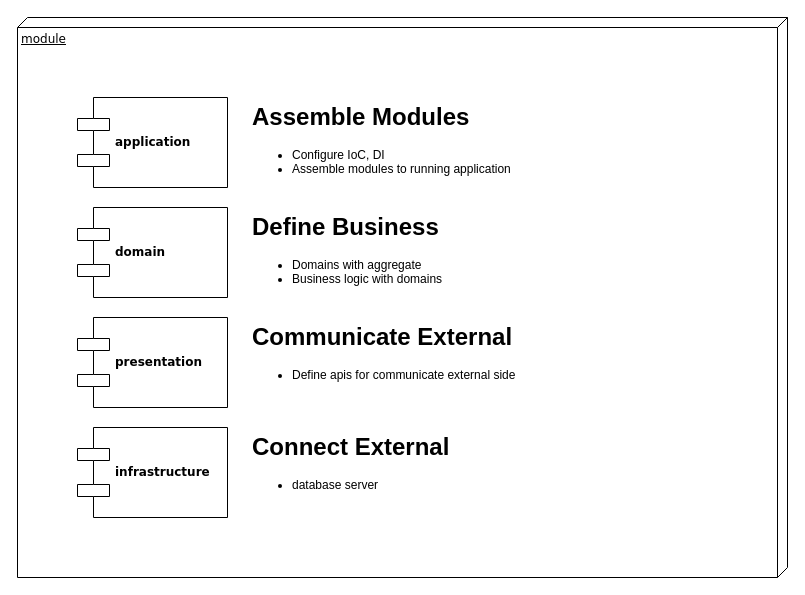
Above: module.drawio in iamzin/Diagram-draw.io (draw.io), before the change. Source tidied: cells renumbered, new cells numbered last; positions are measured from the earlier drawing's top-left corner, leaving out a move shared by most shapes. Both pictures are drawn from the tidied source at 100%, with x=0, y=0 at pixel (17, 17).
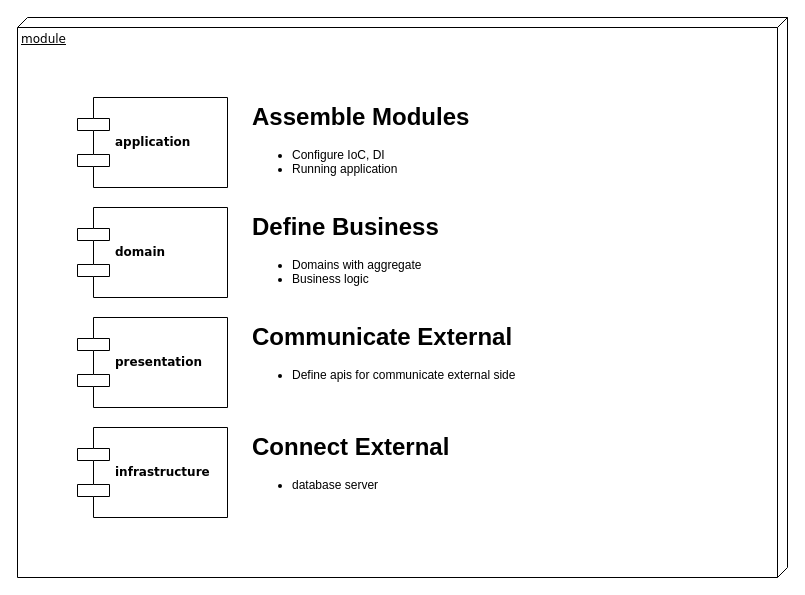
Above is the later version.

Diff of the diagram source:
```diff
@@
 <mxGraphModel>
   <root>
     <mxCell id="0" />
     <mxCell id="1" parent="0" />
     <mxCell id="2" value="module" style="verticalAlign=top;align=left;spacingTop=8;spacingLeft=2;spacingRight=12;shape=cube;size=10;direction=south;fontStyle=4;html=1;rounded=0;shadow=0;comic=0;labelBackgroundColor=none;strokeWidth=1;fontFamily=Verdana;fontSize=12;" parent="1" vertex="1">
       <mxGeometry width="770" height="560" as="geometry" />
     </mxCell>
     <mxCell id="3" value="&lt;b&gt;application&lt;/b&gt;" style="shape=component;align=left;spacingLeft=36;rounded=0;shadow=0;comic=0;labelBackgroundColor=none;strokeWidth=1;fontFamily=Verdana;fontSize=12;html=1;" parent="1" vertex="1">
       <mxGeometry x="60" y="80" width="150" height="90" as="geometry" />
     </mxCell>
-    <mxCell id="4" value="&lt;h1&gt;Assemble Modules&lt;/h1&gt;&lt;p&gt;&lt;/p&gt;&lt;ul&gt;&lt;li&gt;Configure IoC, DI&lt;/li&gt;&lt;li&gt;Assemble modules to running application&lt;/li&gt;&lt;/ul&gt;&lt;p&gt;&lt;/p&gt;" style="text;html=1;strokeColor=none;fillColor=none;spacing=5;spacingTop=-20;whiteSpace=wrap;overflow=hidden;rounded=0;" parent="1" vertex="1">
+    <mxCell id="4" value="&lt;h1&gt;Assemble Modules&lt;/h1&gt;&lt;p&gt;&lt;/p&gt;&lt;ul&gt;&lt;li&gt;Configure IoC, DI&lt;/li&gt;&lt;li&gt;Running application&lt;/li&gt;&lt;/ul&gt;&lt;p&gt;&lt;/p&gt;" style="text;html=1;strokeColor=none;fillColor=none;spacing=5;spacingTop=-20;whiteSpace=wrap;overflow=hidden;rounded=0;" parent="1" vertex="1">
       <mxGeometry x="230" y="80" width="420" height="90" as="geometry" />
     </mxCell>
     <mxCell id="5" value="&lt;b&gt;domain&lt;/b&gt;" style="shape=component;align=left;spacingLeft=36;rounded=0;shadow=0;comic=0;labelBackgroundColor=none;strokeWidth=1;fontFamily=Verdana;fontSize=12;html=1;" parent="1" vertex="1">
       <mxGeometry x="60" y="190" width="150" height="90" as="geometry" />
     </mxCell>
-    <mxCell id="6" value="&lt;h1&gt;Define Business&lt;/h1&gt;&lt;p&gt;&lt;/p&gt;&lt;ul&gt;&lt;li&gt;Domains with aggregate&lt;/li&gt;&lt;li&gt;Business logic with domains&lt;/li&gt;&lt;/ul&gt;&lt;p&gt;&lt;/p&gt;" style="text;html=1;strokeColor=none;fillColor=none;spacing=5;spacingTop=-20;whiteSpace=wrap;overflow=hidden;rounded=0;" parent="1" vertex="1">
+    <mxCell id="6" value="&lt;h1&gt;Define Business&lt;/h1&gt;&lt;p&gt;&lt;/p&gt;&lt;ul&gt;&lt;li&gt;Domains with aggregate&lt;/li&gt;&lt;li&gt;Business logic&lt;/li&gt;&lt;/ul&gt;&lt;p&gt;&lt;/p&gt;" style="text;html=1;strokeColor=none;fillColor=none;spacing=5;spacingTop=-20;whiteSpace=wrap;overflow=hidden;rounded=0;" parent="1" vertex="1">
       <mxGeometry x="230" y="190" width="420" height="90" as="geometry" />
     </mxCell>
     <mxCell id="7" value="&lt;b&gt;presentation&lt;/b&gt;" style="shape=component;align=left;spacingLeft=36;rounded=0;shadow=0;comic=0;labelBackgroundColor=none;strokeWidth=1;fontFamily=Verdana;fontSize=12;html=1;" parent="1" vertex="1">
       <mxGeometry x="60" y="300" width="150" height="90" as="geometry" />
     </mxCell>
     <mxCell id="8" value="&lt;h1&gt;Communicate External&lt;/h1&gt;&lt;p&gt;&lt;/p&gt;&lt;ul&gt;&lt;li&gt;Define apis for communicate external side&lt;/li&gt;&lt;/ul&gt;&lt;p&gt;&lt;/p&gt;" style="text;html=1;strokeColor=none;fillColor=none;spacing=5;spacingTop=-20;whiteSpace=wrap;overflow=hidden;rounded=0;" parent="1" vertex="1">
       <mxGeometry x="230" y="300" width="420" height="90" as="geometry" />
     </mxCell>
     <mxCell id="9" value="&lt;b&gt;infrastructure&lt;/b&gt;" style="shape=component;align=left;spacingLeft=36;rounded=0;shadow=0;comic=0;labelBackgroundColor=none;strokeWidth=1;fontFamily=Verdana;fontSize=12;html=1;" parent="1" vertex="1">
       <mxGeometry x="60" y="410" width="150" height="90" as="geometry" />
     </mxCell>
     <mxCell id="10" value="&lt;h1&gt;Connect External&lt;/h1&gt;&lt;p&gt;&lt;/p&gt;&lt;ul&gt;&lt;li&gt;database server&lt;/li&gt;&lt;/ul&gt;&lt;p&gt;&lt;/p&gt;" style="text;html=1;strokeColor=none;fillColor=none;spacing=5;spacingTop=-20;whiteSpace=wrap;overflow=hidden;rounded=0;" parent="1" vertex="1">
       <mxGeometry x="230" y="410" width="420" height="90" as="geometry" />
     </mxCell>
   </root>
 </mxGraphModel>
```
